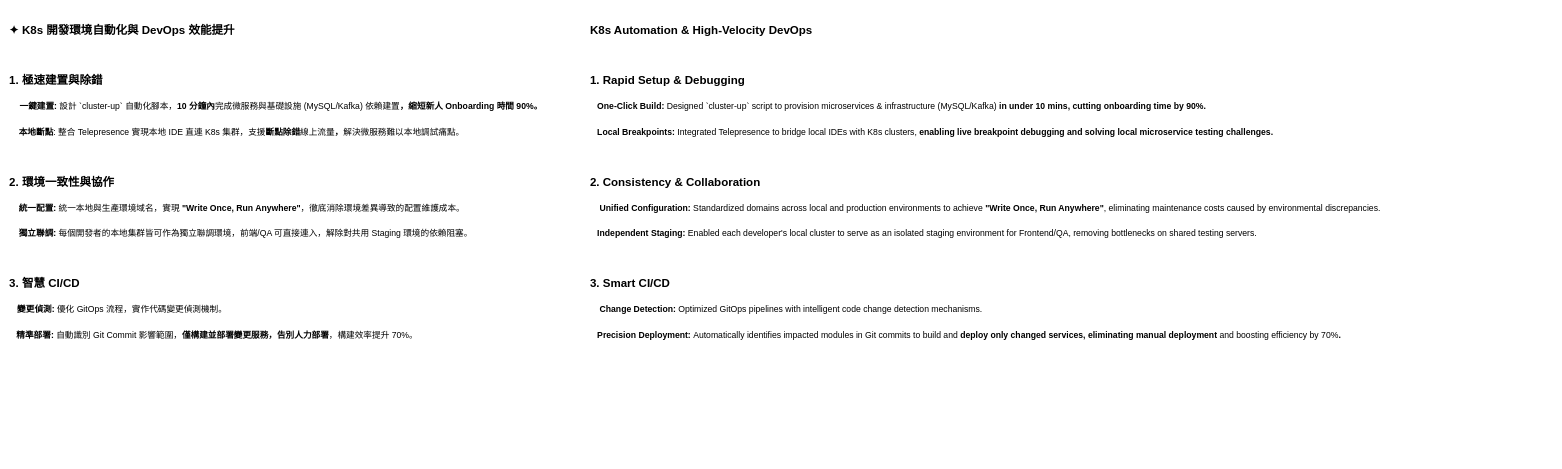
Before: doc/開發效能提升PPT.drawio in vincentf13/open.vincentf13, a draw.io diagram. Source tidied: cells renumbered, new cells numbered last; positions are measured from the earlier drawing's top-left corner, leaving out a move shared by most shapes. Both pictures are drawn from the tidied source at 48%, with x=0, y=0 at pixel (8, 8).
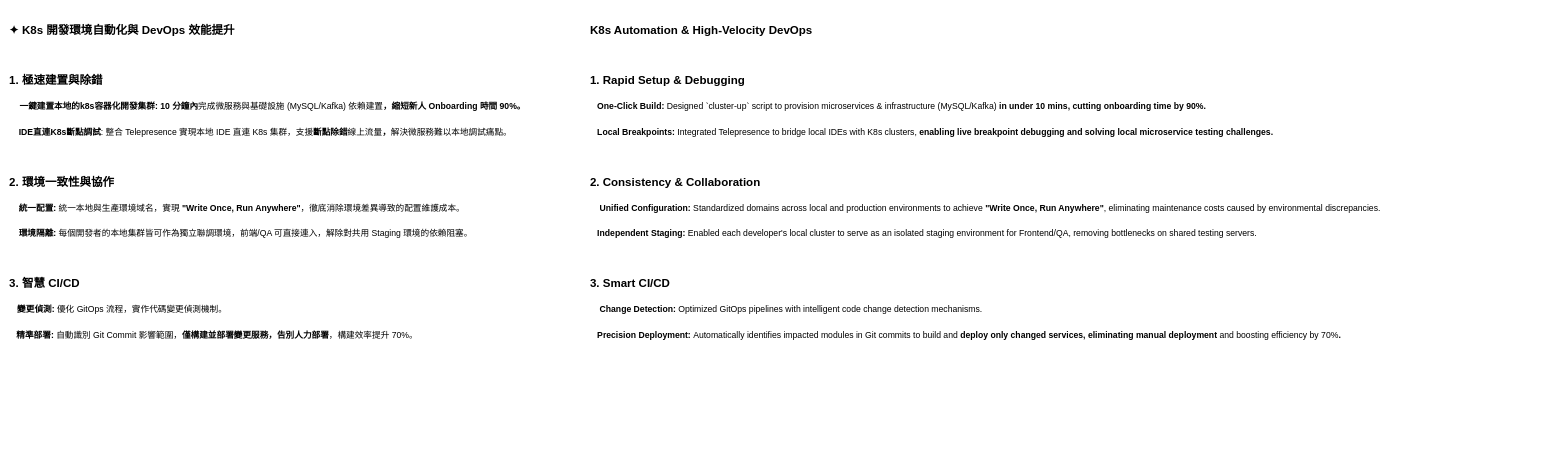
The same diagram, later.

What changed in the source:
```diff
@@
 <mxGraphModel>
   <root>
     <mxCell id="0" />
     <mxCell id="1" parent="0" />
-    <mxCell id="2" value="&lt;h1 style=&quot;margin-top: 0px;&quot;&gt;&lt;p&gt;✦ K8s 開發環境自動化與 DevOps 效能提升&lt;/p&gt;&lt;p&gt;&lt;br&gt;&lt;/p&gt;&lt;p&gt;1. 極速建置與除錯&lt;/p&gt;&lt;p&gt;&amp;nbsp;&lt;font style=&quot;font-size: 18px;&quot;&gt;&amp;nbsp; &amp;nbsp;一鍵建置: &lt;font style=&quot;&quot;&gt;&lt;span style=&quot;font-weight: normal;&quot;&gt;設計 `cluster-up` 自動化腳本，&lt;/span&gt;10 分鐘內&lt;span style=&quot;font-weight: normal;&quot;&gt;完成微服務與基礎設施 (MySQL/Kafka) 依賴建置&lt;/span&gt;，縮短新人 Onboarding 時間 90%。&lt;/font&gt;&lt;/font&gt;&lt;/p&gt;&lt;p&gt;&lt;font style=&quot;font-size: 18px;&quot;&gt;&amp;nbsp; &amp;nbsp; 本地斷點&lt;span style=&quot;font-weight: normal;&quot;&gt;: 整合 Telepresence 實現本地 IDE 直連 K8s 集群，支援&lt;/span&gt;斷點除錯&lt;span style=&quot;font-weight: normal;&quot;&gt;線上流量&lt;/span&gt;，&lt;span style=&quot;font-weight: normal;&quot;&gt;解決微服務難以本地調試痛點。&lt;/span&gt;&lt;/font&gt;&lt;/p&gt;&lt;p&gt;&lt;br&gt;&lt;/p&gt;&lt;p&gt;2. 環境一致性與協作&lt;/p&gt;&lt;p&gt;&lt;font style=&quot;font-size: 18px;&quot;&gt;&amp;nbsp; &amp;nbsp; 統一配置: &lt;span style=&quot;font-weight: normal;&quot;&gt;統一本地與生產環境域名，實現 &lt;/span&gt;&quot;Write Once, Run Anywhere&quot;&lt;span style=&quot;font-weight: normal;&quot;&gt;，徹底消除環境差異導致的配置維護成本。&lt;/span&gt;&lt;/font&gt;&lt;/p&gt;&lt;p&gt;&lt;font style=&quot;font-size: 18px;&quot;&gt;&amp;nbsp; &amp;nbsp; 獨立聯調:&lt;span style=&quot;font-weight: normal;&quot;&gt; 每個開發者的本地集群皆可作為獨立聯調環境，前端/QA 可直接連入，解除對共用 Staging 環境的依賴阻塞。&lt;/span&gt;&lt;/font&gt;&lt;/p&gt;&lt;p&gt;&lt;br&gt;&lt;/p&gt;&lt;p&gt;3. 智慧 CI/CD&lt;/p&gt;&lt;p&gt;&amp;nbsp;&lt;font style=&quot;font-size: 18px;&quot;&gt;&amp;nbsp; 變更偵測: &lt;span style=&quot;font-weight: normal;&quot;&gt;優化 GitOps 流程，實作代碼變更偵測機制。&lt;/span&gt;&lt;/font&gt;&lt;/p&gt;&lt;p&gt;&lt;font style=&quot;font-size: 18px;&quot;&gt;&amp;nbsp; &amp;nbsp;精準部署: &lt;span style=&quot;font-weight: normal;&quot;&gt;自動識別 Git Commit 影響範圍，&lt;/span&gt;僅構建並部署變更服務，告別人力部署&lt;span style=&quot;font-weight: normal;&quot;&gt;，構建效率提升 70%。&lt;/span&gt;&lt;/font&gt;&lt;/p&gt;&lt;/h1&gt;" style="text;html=1;whiteSpace=wrap;overflow=hidden;rounded=0;" parent="1" vertex="1">
+    <mxCell id="2" value="&lt;h1 style=&quot;margin-top: 0px;&quot;&gt;&lt;p&gt;✦ K8s 開發環境自動化與 DevOps 效能提升&lt;/p&gt;&lt;p&gt;&lt;br&gt;&lt;/p&gt;&lt;p&gt;1. 極速建置與除錯&lt;/p&gt;&lt;p&gt;&amp;nbsp;&lt;font style=&quot;font-size: 18px;&quot;&gt;&amp;nbsp; &amp;nbsp;一鍵建置本地的k8s容器化開發集群: &lt;font style=&quot;&quot;&gt;10 分鐘內&lt;span style=&quot;font-weight: normal;&quot;&gt;完成微服務與基礎設施 (MySQL/Kafka) 依賴建置&lt;/span&gt;，縮短新人 Onboarding 時間 90%。&lt;/font&gt;&lt;/font&gt;&lt;/p&gt;&lt;p&gt;&lt;font style=&quot;font-size: 18px;&quot;&gt;&amp;nbsp; &amp;nbsp; IDE直連K8s斷點調試&lt;span style=&quot;font-weight: normal;&quot;&gt;: 整合 Telepresence 實現本地 IDE 直連 K8s 集群，支援&lt;/span&gt;斷點除錯&lt;span style=&quot;font-weight: normal;&quot;&gt;線上流量&lt;/span&gt;，&lt;span style=&quot;font-weight: normal;&quot;&gt;解決微服務難以本地調試痛點。&lt;/span&gt;&lt;/font&gt;&lt;/p&gt;&lt;p&gt;&lt;br&gt;&lt;/p&gt;&lt;p&gt;2. 環境一致性與協作&lt;/p&gt;&lt;p&gt;&lt;font style=&quot;font-size: 18px;&quot;&gt;&amp;nbsp; &amp;nbsp; 統一配置: &lt;span style=&quot;font-weight: normal;&quot;&gt;統一本地與生產環境域名，實現 &lt;/span&gt;&quot;Write Once, Run Anywhere&quot;&lt;span style=&quot;font-weight: normal;&quot;&gt;，徹底消除環境差異導致的配置維護成本。&lt;/span&gt;&lt;/font&gt;&lt;/p&gt;&lt;p&gt;&lt;font style=&quot;font-size: 18px;&quot;&gt;&amp;nbsp; &amp;nbsp; 環境隔離:&lt;span style=&quot;font-weight: normal;&quot;&gt; 每個開發者的本地集群皆可作為獨立聯調環境，前端/QA 可直接連入，解除對共用 Staging 環境的依賴阻塞。&lt;/span&gt;&lt;/font&gt;&lt;/p&gt;&lt;p&gt;&lt;br&gt;&lt;/p&gt;&lt;p&gt;3. 智慧 CI/CD&lt;/p&gt;&lt;p&gt;&amp;nbsp;&lt;font style=&quot;font-size: 18px;&quot;&gt;&amp;nbsp; 變更偵測: &lt;span style=&quot;font-weight: normal;&quot;&gt;優化 GitOps 流程，實作代碼變更偵測機制。&lt;/span&gt;&lt;/font&gt;&lt;/p&gt;&lt;p&gt;&lt;font style=&quot;font-size: 18px;&quot;&gt;&amp;nbsp; &amp;nbsp;精準部署: &lt;span style=&quot;font-weight: normal;&quot;&gt;自動識別 Git Commit 影響範圍，&lt;/span&gt;僅構建並部署變更服務，告別人力部署&lt;span style=&quot;font-weight: normal;&quot;&gt;，構建效率提升 70%。&lt;/span&gt;&lt;/font&gt;&lt;/p&gt;&lt;/h1&gt;" style="text;html=1;whiteSpace=wrap;overflow=hidden;rounded=0;" parent="1" vertex="1">
       <mxGeometry width="1270" height="940" as="geometry" />
     </mxCell>
     <mxCell id="3" value="&lt;h1 style=&quot;margin-top: 0px;&quot;&gt;&lt;p&gt;K8s Automation &amp;amp; High-Velocity DevOps&lt;/p&gt;&lt;p&gt;&lt;br&gt;&lt;/p&gt;&lt;p&gt;1. Rapid Setup &amp;amp; Debugging&lt;/p&gt;&lt;p&gt;&lt;font style=&quot;font-size: 18px;&quot;&gt;&amp;nbsp; &amp;nbsp;One-Click Build: &lt;span style=&quot;font-weight: normal;&quot;&gt;Designed `cluster-up` script to provision microservices &amp;amp; infrastructure (MySQL/Kafka) &lt;/span&gt;in under 10 mins, cutting onboarding time by 90%.&lt;/font&gt;&lt;/p&gt;&lt;p&gt;&lt;font style=&quot;font-size: 18px;&quot;&gt;&amp;nbsp; &amp;nbsp;Local Breakpoints: &lt;span style=&quot;font-weight: normal;&quot;&gt;Integrated Telepresence to bridge local IDEs with K8s clusters, &lt;/span&gt;enabling live breakpoint debugging and solving local microservice testing challenges.&lt;/font&gt;&lt;/p&gt;&lt;p&gt;&lt;br&gt;&lt;/p&gt;&lt;p&gt;2. Consistency &amp;amp; Collaboration&lt;/p&gt;&lt;p&gt;&amp;nbsp; &amp;nbsp;&lt;font style=&quot;font-size: 18px;&quot;&gt;Unified Configuration: &lt;span style=&quot;font-weight: normal;&quot;&gt;Standardized domains across local and production environments to achieve &lt;/span&gt;&quot;Write Once, Run Anywhere&quot;&lt;span style=&quot;font-weight: normal;&quot;&gt;, eliminating maintenance costs caused by environmental discrepancies.&lt;/span&gt;&lt;/font&gt;&lt;/p&gt;&lt;p&gt;&lt;font style=&quot;font-size: 18px;&quot;&gt;&amp;nbsp; &amp;nbsp;Independent Staging: &lt;span style=&quot;font-weight: normal;&quot;&gt;Enabled each developer's local cluster to serve as an isolated staging environment for Frontend/QA, removing bottlenecks on shared testing servers.&lt;/span&gt;&lt;/font&gt;&lt;/p&gt;&lt;p&gt;&lt;br&gt;&lt;/p&gt;&lt;p&gt;3. Smart CI/CD&lt;/p&gt;&lt;p&gt;&amp;nbsp; &amp;nbsp;&lt;font style=&quot;font-size: 18px;&quot;&gt;Change Detection: &lt;span style=&quot;font-weight: normal;&quot;&gt;Optimized GitOps pipelines with intelligent code change detection mechanisms.&lt;/span&gt;&lt;/font&gt;&lt;/p&gt;&lt;p&gt;&lt;font style=&quot;font-size: 18px;&quot;&gt;&amp;nbsp; &amp;nbsp;Precision Deployment: &lt;span style=&quot;font-weight: normal;&quot;&gt;Automatically identifies impacted modules in Git commits to build and&lt;/span&gt; deploy only changed services, eliminating manual deployment&lt;span style=&quot;font-weight: normal;&quot;&gt; and boosting efficiency by 70%&lt;/span&gt;.&lt;/font&gt;&lt;/p&gt;&lt;/h1&gt;" style="text;html=1;whiteSpace=wrap;overflow=hidden;rounded=0;" parent="1" vertex="1">
       <mxGeometry x="1210" width="2010" height="840" as="geometry" />
     </mxCell>
   </root>
 </mxGraphModel>
```
